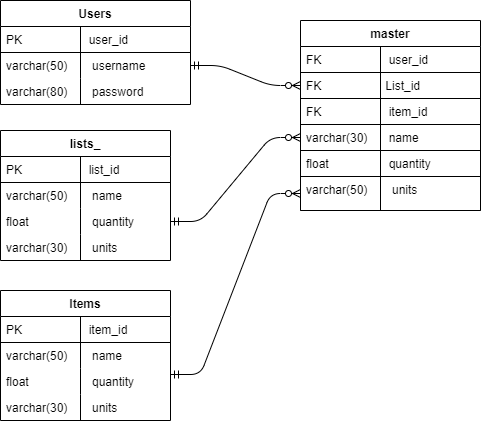
Before: images/Sprint2_ERD.png, a diagram exported from draw.io (MattCrutchley/shoppinglist). Source tidied: cells renumbered, new cells last; positions are measured from the earlier drawing's top-left corner, leaving out a move shared by most shapes. Its diagram source:
```xml
<mxGraphModel>
  <root>
    <mxCell id="0" />
    <mxCell id="1" parent="0" />
    <mxCell id="2" value="Users" style="swimlane;fontStyle=1;horizontal=1;startSize=26;rounded=0;shadow=0;strokeWidth=1;" parent="1" vertex="1">
      <mxGeometry width="190" height="104" as="geometry" />
    </mxCell>
    <mxCell id="3" value="              user_id" style="shape=partialRectangle;top=0;left=0;right=0;bottom=1;align=left;verticalAlign=top;fillColor=none;spacingLeft=40;spacingRight=4;overflow=hidden;rounded=0;shadow=0;strokeWidth=1;fontStyle=0;" parent="2" vertex="1">
      <mxGeometry y="26" width="190" height="26" as="geometry" />
    </mxCell>
    <mxCell id="4" value="PK" style="shape=partialRectangle;top=0;left=0;bottom=0;fillColor=none;align=left;verticalAlign=top;spacingLeft=4;spacingRight=4;overflow=hidden;" parent="3" vertex="1">
      <mxGeometry width="80" height="26" as="geometry" />
    </mxCell>
    <mxCell id="5" value="               username" style="shape=partialRectangle;top=0;left=0;right=0;bottom=0;align=left;verticalAlign=top;fillColor=none;spacingLeft=40;spacingRight=4;overflow=hidden;points=[[0,0.5],[1,0.5]];portConstraint=eastwest;rounded=0;shadow=0;strokeWidth=1;" parent="2" vertex="1">
      <mxGeometry y="52" width="190" height="26" as="geometry" />
    </mxCell>
    <mxCell id="6" value="varchar(50)" style="shape=partialRectangle;top=0;left=0;bottom=0;fillColor=none;align=left;verticalAlign=top;spacingLeft=4;spacingRight=4;overflow=hidden;" parent="5" vertex="1">
      <mxGeometry width="80" height="26" as="geometry" />
    </mxCell>
    <mxCell id="7" value="               password" style="shape=partialRectangle;top=0;left=0;right=0;bottom=0;align=left;verticalAlign=top;fillColor=none;spacingLeft=40;spacingRight=4;overflow=hidden;rounded=0;shadow=0;strokeWidth=1;" parent="2" vertex="1">
      <mxGeometry y="78" width="190" height="26" as="geometry" />
    </mxCell>
    <mxCell id="8" value="varchar(80)" style="shape=partialRectangle;top=0;left=0;bottom=0;fillColor=none;align=left;verticalAlign=top;spacingLeft=4;spacingRight=4;overflow=hidden;" parent="7" vertex="1">
      <mxGeometry width="80" height="26" as="geometry" />
    </mxCell>
    <mxCell id="9" value="master" style="swimlane;fontStyle=1;horizontal=1;startSize=26;rounded=0;shadow=0;strokeWidth=1;" parent="1" vertex="1">
      <mxGeometry x="300" y="20" width="180" height="190" as="geometry" />
    </mxCell>
    <mxCell id="10" value="              user_id" style="shape=partialRectangle;top=0;left=0;right=0;bottom=1;align=left;verticalAlign=top;fillColor=none;spacingLeft=40;spacingRight=4;overflow=hidden;rounded=0;shadow=0;strokeWidth=1;fontStyle=0;" parent="9" vertex="1">
      <mxGeometry y="26" width="180" height="26" as="geometry" />
    </mxCell>
    <mxCell id="11" value="FK" style="shape=partialRectangle;top=0;left=0;bottom=0;fillColor=none;align=left;verticalAlign=top;spacingLeft=4;spacingRight=4;overflow=hidden;" parent="10" vertex="1">
      <mxGeometry width="80" height="26" as="geometry" />
    </mxCell>
    <mxCell id="12" value="             List_id" style="shape=partialRectangle;top=0;left=0;right=0;bottom=1;align=left;verticalAlign=top;fillColor=none;spacingLeft=40;spacingRight=4;overflow=hidden;points=[[0,0.5],[1,0.5]];portConstraint=eastwest;rounded=0;shadow=0;strokeWidth=1;fontStyle=0;" parent="9" vertex="1">
      <mxGeometry y="52" width="180" height="26" as="geometry" />
    </mxCell>
    <mxCell id="13" value="FK" style="shape=partialRectangle;top=0;left=0;bottom=0;fillColor=none;align=left;verticalAlign=top;spacingLeft=4;spacingRight=4;overflow=hidden;" parent="12" vertex="1">
      <mxGeometry width="80" height="26" as="geometry" />
    </mxCell>
    <mxCell id="14" value="              item_id" style="shape=partialRectangle;top=0;left=0;right=0;bottom=1;align=left;verticalAlign=top;fillColor=none;spacingLeft=40;spacingRight=4;overflow=hidden;rounded=0;shadow=0;strokeWidth=1;fontStyle=0;" parent="9" vertex="1">
      <mxGeometry y="78" width="180" height="26" as="geometry" />
    </mxCell>
    <mxCell id="15" value="FK" style="shape=partialRectangle;top=0;left=0;bottom=0;fillColor=none;align=left;verticalAlign=top;spacingLeft=4;spacingRight=4;overflow=hidden;" parent="14" vertex="1">
      <mxGeometry width="80" height="26" as="geometry" />
    </mxCell>
    <mxCell id="16" value="              name" style="shape=partialRectangle;top=0;left=0;right=0;bottom=1;align=left;verticalAlign=top;fillColor=none;spacingLeft=40;spacingRight=4;overflow=hidden;points=[[0,0.5],[1,0.5]];portConstraint=eastwest;rounded=0;shadow=0;strokeWidth=1;fontStyle=0;" parent="9" vertex="1">
      <mxGeometry y="104" width="180" height="26" as="geometry" />
    </mxCell>
    <mxCell id="17" value="varchar(30)" style="shape=partialRectangle;top=0;left=0;bottom=0;fillColor=none;align=left;verticalAlign=top;spacingLeft=4;spacingRight=4;overflow=hidden;" parent="16" vertex="1">
      <mxGeometry width="80" height="26" as="geometry" />
    </mxCell>
    <mxCell id="18" value="              quantity" style="shape=partialRectangle;top=0;left=0;right=0;bottom=1;align=left;verticalAlign=top;fillColor=none;spacingLeft=40;spacingRight=4;overflow=hidden;rounded=0;shadow=0;strokeWidth=1;fontStyle=0;" parent="9" vertex="1">
      <mxGeometry y="130" width="180" height="26" as="geometry" />
    </mxCell>
    <mxCell id="19" value="float" style="shape=partialRectangle;top=0;left=0;bottom=0;fillColor=none;align=left;verticalAlign=top;spacingLeft=4;spacingRight=4;overflow=hidden;" parent="18" vertex="1">
      <mxGeometry width="80" height="26" as="geometry" />
    </mxCell>
    <mxCell id="20" value="               units" style="shape=partialRectangle;top=0;left=0;right=0;bottom=1;align=left;verticalAlign=top;fillColor=none;spacingLeft=40;spacingRight=4;overflow=hidden;points=[[0,0.5],[1,0.5]];portConstraint=eastwest;rounded=0;shadow=0;strokeWidth=1;fontStyle=0;" parent="9" vertex="1">
      <mxGeometry y="156" width="180" height="34" as="geometry" />
    </mxCell>
    <mxCell id="21" value="varchar(50)" style="shape=partialRectangle;top=0;left=0;bottom=0;fillColor=none;align=left;verticalAlign=top;spacingLeft=4;spacingRight=4;overflow=hidden;" parent="20" vertex="1">
      <mxGeometry width="80" height="34" as="geometry" />
    </mxCell>
    <mxCell id="22" value="Items" style="swimlane;fontStyle=1;horizontal=1;startSize=26;rounded=0;shadow=0;strokeWidth=1;" parent="1" vertex="1">
      <mxGeometry y="290" width="170" height="130" as="geometry" />
    </mxCell>
    <mxCell id="23" value="              item_id" style="shape=partialRectangle;top=0;left=0;right=0;bottom=1;align=left;verticalAlign=top;fillColor=none;spacingLeft=40;spacingRight=4;overflow=hidden;rounded=0;shadow=0;strokeWidth=1;fontStyle=0;" parent="22" vertex="1">
      <mxGeometry y="26" width="170" height="26" as="geometry" />
    </mxCell>
    <mxCell id="24" value="PK" style="shape=partialRectangle;top=0;left=0;bottom=0;fillColor=none;align=left;verticalAlign=top;spacingLeft=4;spacingRight=4;overflow=hidden;" parent="23" vertex="1">
      <mxGeometry width="80" height="26" as="geometry" />
    </mxCell>
    <mxCell id="25" value="               name" style="shape=partialRectangle;top=0;left=0;right=0;bottom=0;align=left;verticalAlign=top;fillColor=none;spacingLeft=40;spacingRight=4;overflow=hidden;rounded=0;shadow=0;strokeWidth=1;" parent="22" vertex="1">
      <mxGeometry y="52" width="170" height="26" as="geometry" />
    </mxCell>
    <mxCell id="26" value="varchar(50)" style="shape=partialRectangle;top=0;left=0;bottom=0;fillColor=none;align=left;verticalAlign=top;spacingLeft=4;spacingRight=4;overflow=hidden;" parent="25" vertex="1">
      <mxGeometry width="80" height="26" as="geometry" />
    </mxCell>
    <mxCell id="27" value="               quantity" style="shape=partialRectangle;top=0;left=0;right=0;bottom=0;align=left;verticalAlign=top;fillColor=none;spacingLeft=40;spacingRight=4;overflow=hidden;rounded=0;shadow=0;strokeWidth=1;" parent="22" vertex="1">
      <mxGeometry y="78" width="170" height="26" as="geometry" />
    </mxCell>
    <mxCell id="28" value="float" style="shape=partialRectangle;top=0;left=0;bottom=0;fillColor=none;align=left;verticalAlign=top;spacingLeft=4;spacingRight=4;overflow=hidden;" parent="27" vertex="1">
      <mxGeometry width="80" height="26" as="geometry" />
    </mxCell>
    <mxCell id="29" value="               units" style="shape=partialRectangle;top=0;left=0;right=0;bottom=0;align=left;verticalAlign=top;fillColor=none;spacingLeft=40;spacingRight=4;overflow=hidden;rounded=0;shadow=0;strokeWidth=1;" parent="22" vertex="1">
      <mxGeometry y="104" width="170" height="26" as="geometry" />
    </mxCell>
    <mxCell id="30" value="varchar(30)" style="shape=partialRectangle;top=0;left=0;bottom=0;fillColor=none;align=left;verticalAlign=top;spacingLeft=4;spacingRight=4;overflow=hidden;" parent="29" vertex="1">
      <mxGeometry width="80" height="26" as="geometry" />
    </mxCell>
    <mxCell id="31" value="lists_" style="swimlane;fontStyle=1;horizontal=1;startSize=26;rounded=0;shadow=0;strokeWidth=1;" parent="1" vertex="1">
      <mxGeometry y="130" width="170" height="130" as="geometry" />
    </mxCell>
    <mxCell id="32" value="              list_id" style="shape=partialRectangle;top=0;left=0;right=0;bottom=1;align=left;verticalAlign=top;fillColor=none;spacingLeft=40;spacingRight=4;overflow=hidden;rounded=0;shadow=0;strokeWidth=1;fontStyle=0;" parent="31" vertex="1">
      <mxGeometry y="26" width="170" height="26" as="geometry" />
    </mxCell>
    <mxCell id="33" value="PK" style="shape=partialRectangle;top=0;left=0;bottom=0;fillColor=none;align=left;verticalAlign=top;spacingLeft=4;spacingRight=4;overflow=hidden;" parent="32" vertex="1">
      <mxGeometry width="80" height="26" as="geometry" />
    </mxCell>
    <mxCell id="34" value="               name" style="shape=partialRectangle;top=0;left=0;right=0;bottom=0;align=left;verticalAlign=top;fillColor=none;spacingLeft=40;spacingRight=4;overflow=hidden;rounded=0;shadow=0;strokeWidth=1;" parent="31" vertex="1">
      <mxGeometry y="52" width="170" height="26" as="geometry" />
    </mxCell>
    <mxCell id="35" value="varchar(50)" style="shape=partialRectangle;top=0;left=0;bottom=0;fillColor=none;align=left;verticalAlign=top;spacingLeft=4;spacingRight=4;overflow=hidden;" parent="34" vertex="1">
      <mxGeometry width="80" height="26" as="geometry" />
    </mxCell>
    <mxCell id="36" value="               quantity" style="shape=partialRectangle;top=0;left=0;right=0;bottom=0;align=left;verticalAlign=top;fillColor=none;spacingLeft=40;spacingRight=4;overflow=hidden;points=[[0,0.5],[1,0.5]];portConstraint=eastwest;rounded=0;shadow=0;strokeWidth=1;" parent="31" vertex="1">
      <mxGeometry y="78" width="170" height="26" as="geometry" />
    </mxCell>
    <mxCell id="37" value="float" style="shape=partialRectangle;top=0;left=0;bottom=0;fillColor=none;align=left;verticalAlign=top;spacingLeft=4;spacingRight=4;overflow=hidden;" parent="36" vertex="1">
      <mxGeometry width="80" height="26" as="geometry" />
    </mxCell>
    <mxCell id="38" value="               units" style="shape=partialRectangle;top=0;left=0;right=0;bottom=0;align=left;verticalAlign=top;fillColor=none;spacingLeft=40;spacingRight=4;overflow=hidden;rounded=0;shadow=0;strokeWidth=1;" parent="31" vertex="1">
      <mxGeometry y="104" width="170" height="26" as="geometry" />
    </mxCell>
    <mxCell id="39" value="varchar(30)" style="shape=partialRectangle;top=0;left=0;bottom=0;fillColor=none;align=left;verticalAlign=top;spacingLeft=4;spacingRight=4;overflow=hidden;" parent="38" vertex="1">
      <mxGeometry width="80" height="26" as="geometry" />
    </mxCell>
    <mxCell id="40" style="edgeStyle=entityRelationEdgeStyle;fontSize=12;html=1;endArrow=ERzeroToMany;startArrow=ERmandOne;exitX=1;exitY=0.5;exitDx=0;exitDy=0;entryX=0;entryY=0.5;entryDx=0;entryDy=0;" parent="1" edge="1" source="5" target="12">
      <mxGeometry relative="1" as="geometry" />
    </mxCell>
    <mxCell id="41" style="edgeStyle=entityRelationEdgeStyle;fontSize=12;html=1;endArrow=ERzeroToMany;startArrow=ERmandOne;exitX=1;exitY=0.5;exitDx=0;exitDy=0;entryX=0;entryY=0.5;entryDx=0;entryDy=0;" parent="1" edge="1" source="36" target="16">
      <mxGeometry relative="1" as="geometry" />
    </mxCell>
    <mxCell id="42" style="edgeStyle=entityRelationEdgeStyle;fontSize=12;html=1;endArrow=ERzeroToMany;startArrow=ERmandOne;exitX=1;exitY=0.5;exitDx=0;exitDy=0;entryX=0;entryY=0.5;entryDx=0;entryDy=0;" parent="1" edge="1" target="20">
      <mxGeometry relative="1" as="geometry">
        <mxPoint x="170" y="374" as="sourcePoint" />
      </mxGeometry>
    </mxCell>
  </root>
</mxGraphModel>
```
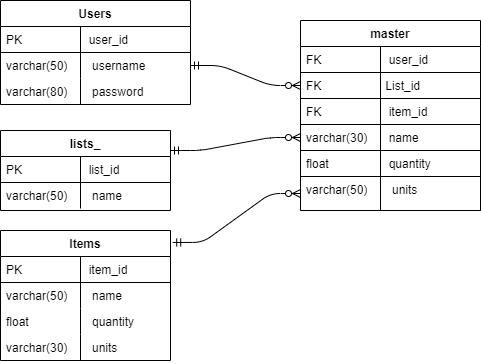
After the commit.

Diff of the diagram source:
```diff
@@ -63,7 +63,7 @@
       <mxGeometry width="80" height="34" as="geometry" />
     </mxCell>
     <mxCell id="22" value="Items" style="swimlane;fontStyle=1;horizontal=1;startSize=26;rounded=0;shadow=0;strokeWidth=1;" parent="1" vertex="1">
-      <mxGeometry y="290" width="170" height="130" as="geometry" />
+      <mxGeometry y="230" width="170" height="130" as="geometry" />
     </mxCell>
     <mxCell id="23" value="              item_id" style="shape=partialRectangle;top=0;left=0;right=0;bottom=1;align=left;verticalAlign=top;fillColor=none;spacingLeft=40;spacingRight=4;overflow=hidden;rounded=0;shadow=0;strokeWidth=1;fontStyle=0;" parent="22" vertex="1">
       <mxGeometry y="26" width="170" height="26" as="geometry" />
@@ -90,7 +90,7 @@
       <mxGeometry width="80" height="26" as="geometry" />
     </mxCell>
     <mxCell id="31" value="lists_" style="swimlane;fontStyle=1;horizontal=1;startSize=26;rounded=0;shadow=0;strokeWidth=1;" parent="1" vertex="1">
-      <mxGeometry y="130" width="170" height="130" as="geometry" />
+      <mxGeometry y="130" width="170" height="80" as="geometry" />
     </mxCell>
     <mxCell id="32" value="              list_id" style="shape=partialRectangle;top=0;left=0;right=0;bottom=1;align=left;verticalAlign=top;fillColor=none;spacingLeft=40;spacingRight=4;overflow=hidden;rounded=0;shadow=0;strokeWidth=1;fontStyle=0;" parent="31" vertex="1">
       <mxGeometry y="26" width="170" height="26" as="geometry" />
@@ -104,28 +104,14 @@
     <mxCell id="35" value="varchar(50)" style="shape=partialRectangle;top=0;left=0;bottom=0;fillColor=none;align=left;verticalAlign=top;spacingLeft=4;spacingRight=4;overflow=hidden;" parent="34" vertex="1">
       <mxGeometry width="80" height="26" as="geometry" />
     </mxCell>
-    <mxCell id="36" value="               quantity" style="shape=partialRectangle;top=0;left=0;right=0;bottom=0;align=left;verticalAlign=top;fillColor=none;spacingLeft=40;spacingRight=4;overflow=hidden;points=[[0,0.5],[1,0.5]];portConstraint=eastwest;rounded=0;shadow=0;strokeWidth=1;" parent="31" vertex="1">
-      <mxGeometry y="78" width="170" height="26" as="geometry" />
-    </mxCell>
-    <mxCell id="37" value="float" style="shape=partialRectangle;top=0;left=0;bottom=0;fillColor=none;align=left;verticalAlign=top;spacingLeft=4;spacingRight=4;overflow=hidden;" parent="36" vertex="1">
-      <mxGeometry width="80" height="26" as="geometry" />
-    </mxCell>
-    <mxCell id="38" value="               units" style="shape=partialRectangle;top=0;left=0;right=0;bottom=0;align=left;verticalAlign=top;fillColor=none;spacingLeft=40;spacingRight=4;overflow=hidden;rounded=0;shadow=0;strokeWidth=1;" parent="31" vertex="1">
-      <mxGeometry y="104" width="170" height="26" as="geometry" />
-    </mxCell>
-    <mxCell id="39" value="varchar(30)" style="shape=partialRectangle;top=0;left=0;bottom=0;fillColor=none;align=left;verticalAlign=top;spacingLeft=4;spacingRight=4;overflow=hidden;" parent="38" vertex="1">
-      <mxGeometry width="80" height="26" as="geometry" />
-    </mxCell>
     <mxCell id="40" style="edgeStyle=entityRelationEdgeStyle;fontSize=12;html=1;endArrow=ERzeroToMany;startArrow=ERmandOne;exitX=1;exitY=0.5;exitDx=0;exitDy=0;entryX=0;entryY=0.5;entryDx=0;entryDy=0;" parent="1" edge="1" source="5" target="12">
       <mxGeometry relative="1" as="geometry" />
     </mxCell>
-    <mxCell id="41" style="edgeStyle=entityRelationEdgeStyle;fontSize=12;html=1;endArrow=ERzeroToMany;startArrow=ERmandOne;exitX=1;exitY=0.5;exitDx=0;exitDy=0;entryX=0;entryY=0.5;entryDx=0;entryDy=0;" parent="1" edge="1" source="36" target="16">
+    <mxCell id="41" style="edgeStyle=entityRelationEdgeStyle;fontSize=12;html=1;endArrow=ERzeroToMany;startArrow=ERmandOne;exitX=1;exitY=0.25;exitDx=0;exitDy=0;entryX=0;entryY=0.5;entryDx=0;entryDy=0;" parent="1" edge="1" source="31" target="16">
       <mxGeometry relative="1" as="geometry" />
     </mxCell>
-    <mxCell id="42" style="edgeStyle=entityRelationEdgeStyle;fontSize=12;html=1;endArrow=ERzeroToMany;startArrow=ERmandOne;exitX=1;exitY=0.5;exitDx=0;exitDy=0;entryX=0;entryY=0.5;entryDx=0;entryDy=0;" parent="1" edge="1" target="20">
-      <mxGeometry relative="1" as="geometry">
-        <mxPoint x="170" y="374" as="sourcePoint" />
-      </mxGeometry>
+    <mxCell id="42" style="edgeStyle=entityRelationEdgeStyle;fontSize=12;html=1;endArrow=ERzeroToMany;startArrow=ERmandOne;exitX=1.013;exitY=0.092;exitDx=0;exitDy=0;entryX=0;entryY=0.5;entryDx=0;entryDy=0;exitPerimeter=0;" parent="1" edge="1" source="22" target="20">
+      <mxGeometry relative="1" as="geometry" />
     </mxCell>
   </root>
 </mxGraphModel>
```
